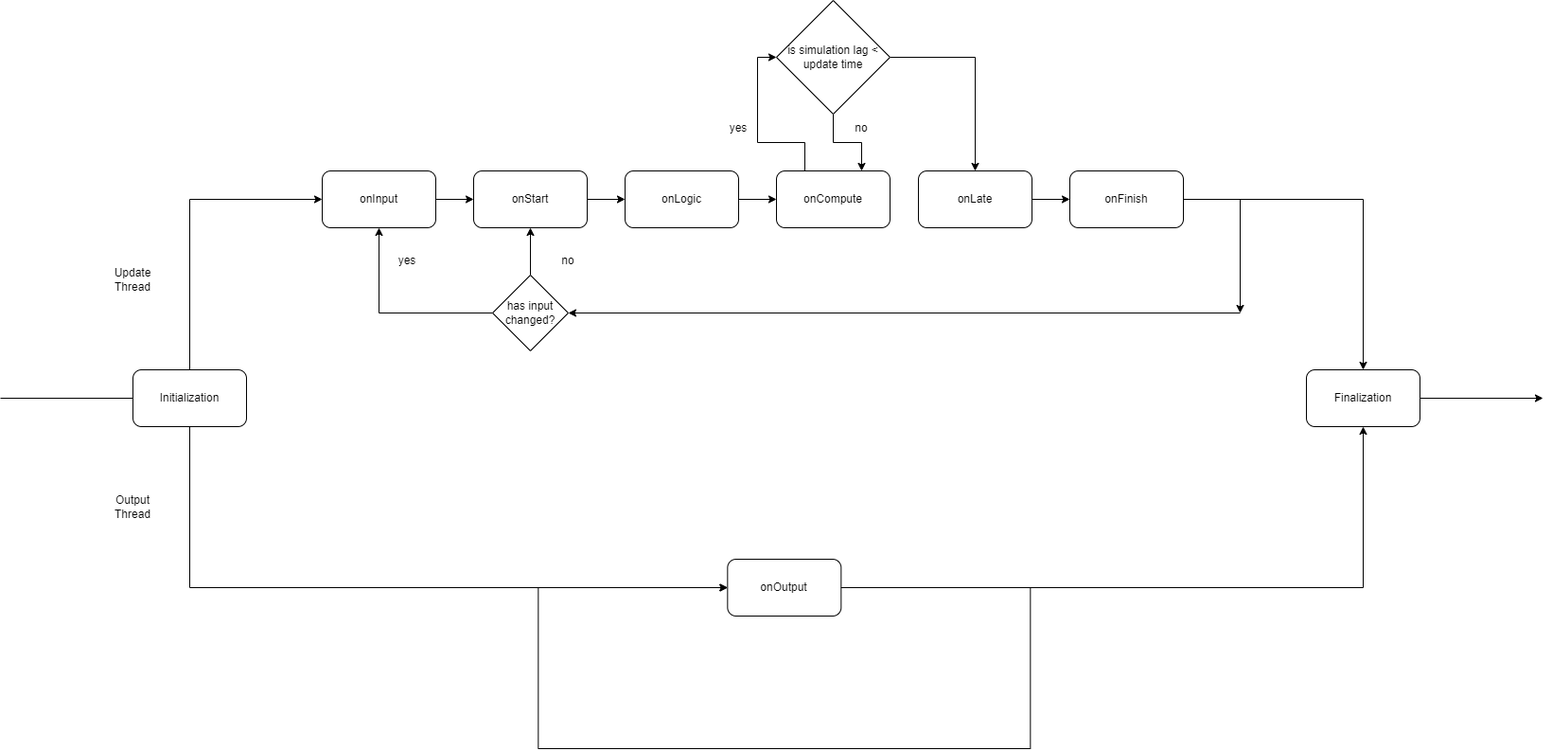
The draw.io diagram docs/images/omnia_system_flow.png in Jean-LouisH/Omnific, before a commit. Source tidied: cells renumbered, new cells last; positions are measured from the earlier drawing's top-left corner, leaving out a move shared by most shapes.
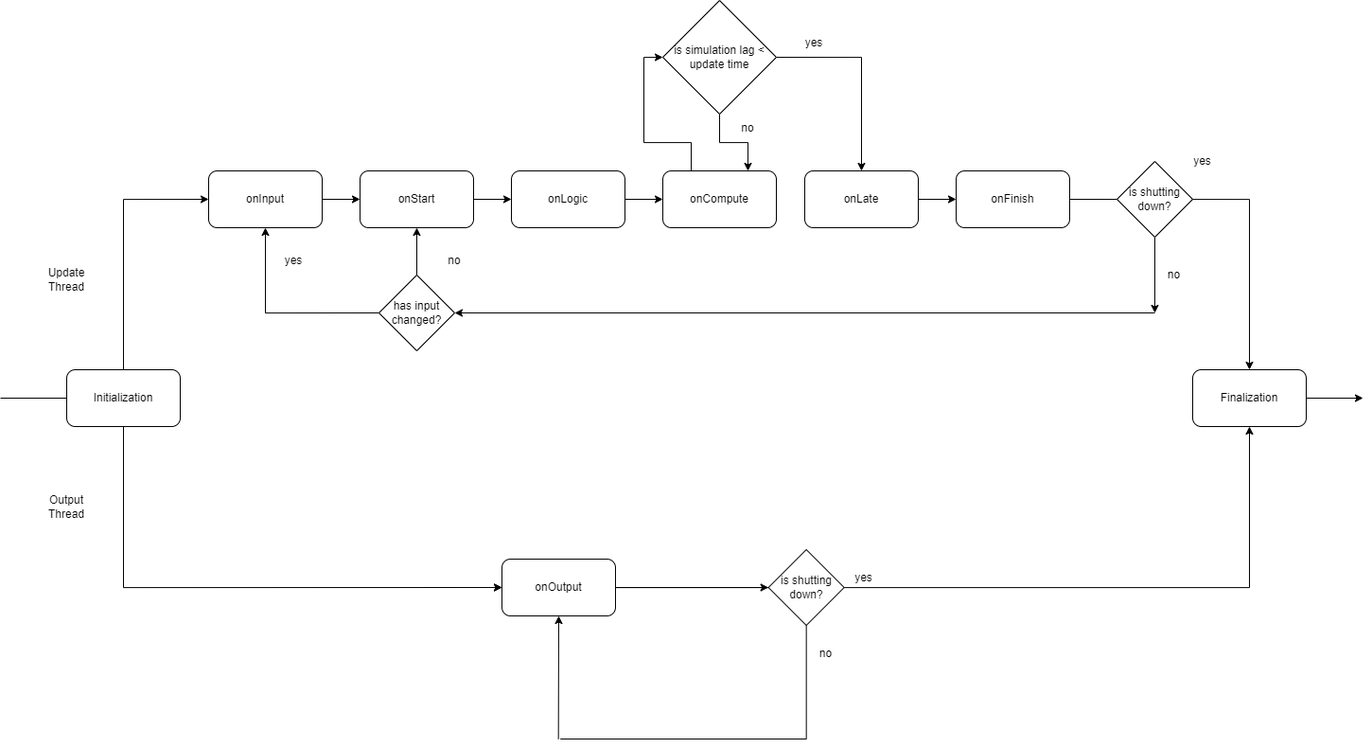
After the change.

What changed in the source:
```diff
@@ -32,11 +32,6 @@
     <mxCell id="11" value="onLate" style="rounded=1;whiteSpace=wrap;html=1;" parent="1" vertex="1">
       <mxGeometry x="970" y="180" width="120" height="60" as="geometry" />
     </mxCell>
-    <mxCell id="12" style="edgeStyle=orthogonalEdgeStyle;rounded=0;jettySize=auto;html=1;" parent="1" edge="1" source="14">
-      <mxGeometry relative="1" as="geometry">
-        <mxPoint x="1310" y="330" as="targetPoint" />
-      </mxGeometry>
-    </mxCell>
     <mxCell id="13" style="edgeStyle=orthogonalEdgeStyle;rounded=0;jettySize=auto;html=1;exitX=1;exitY=0.5;exitDx=0;exitDy=0;entryX=0.5;entryY=0;entryDx=0;entryDy=0;" parent="1" edge="1" source="14" target="37">
       <mxGeometry relative="1" as="geometry" />
     </mxCell>
@@ -50,8 +45,11 @@
         </Array>
       </mxGeometry>
     </mxCell>
+    <mxCell id="41" style="edgeStyle=orthogonalEdgeStyle;rounded=0;jettySize=auto;html=1;entryX=0;entryY=0.5;entryDx=0;entryDy=0;" parent="1" edge="1" source="16" target="47">
+      <mxGeometry relative="1" as="geometry" />
+    </mxCell>
     <mxCell id="16" value="onOutput" style="rounded=1;whiteSpace=wrap;html=1;" parent="1" vertex="1">
-      <mxGeometry x="768.3" y="590" width="120" height="60" as="geometry" />
+      <mxGeometry x="650" y="590" width="120" height="60" as="geometry" />
     </mxCell>
     <mxCell id="17" style="edgeStyle=orthogonalEdgeStyle;rounded=0;jettySize=auto;html=1;exitX=0.5;exitY=0;exitDx=0;exitDy=0;entryX=0.5;entryY=1;entryDx=0;entryDy=0;" parent="1" edge="1" source="19" target="3">
       <mxGeometry relative="1" as="geometry" />
@@ -64,7 +62,7 @@
     </mxCell>
     <mxCell id="20" style="endArrow=classic;html=1;rounded=0;" parent="1" edge="1" target="19">
       <mxGeometry relative="1" as="geometry">
-        <mxPoint x="1310" y="330" as="sourcePoint" />
+        <mxPoint x="1340" y="330" as="sourcePoint" />
       </mxGeometry>
     </mxCell>
     <mxCell id="21" value="no" style="text;html=1;strokeColor=none;fillColor=none;align=center;verticalAlign=middle;whiteSpace=wrap;rounded=0;" parent="1" vertex="1">
@@ -86,29 +84,11 @@
       <mxGeometry x="880" y="120" width="60" height="30" as="geometry" />
     </mxCell>
     <mxCell id="27" value="yes" style="text;html=1;strokeColor=none;fillColor=none;align=center;verticalAlign=middle;whiteSpace=wrap;rounded=0;" parent="1" vertex="1">
-      <mxGeometry x="750" y="120" width="60" height="30" as="geometry" />
+      <mxGeometry x="950" y="30" width="60" height="30" as="geometry" />
     </mxCell>
-    <mxCell id="28" style="endArrow=none;html=1;rounded=0;" parent="1" edge="1">
-      <mxGeometry relative="1" as="geometry">
-        <mxPoint x="568.3" y="790" as="sourcePoint" />
-        <mxPoint x="1088.3" y="790" as="targetPoint" />
-      </mxGeometry>
-    </mxCell>
-    <mxCell id="29" style="endArrow=none;html=1;rounded=0;exitX=1;exitY=0.5;exitDx=0;exitDy=0;" parent="1" edge="1" source="16">
-      <mxGeometry relative="1" as="geometry">
-        <mxPoint x="1088.3" y="620" as="targetPoint" />
-      </mxGeometry>
-    </mxCell>
-    <mxCell id="30" style="endArrow=none;html=1;rounded=0;" parent="1" edge="1">
-      <mxGeometry relative="1" as="geometry">
-        <mxPoint x="568.3" y="790" as="sourcePoint" />
-        <mxPoint x="568.3" y="620" as="targetPoint" />
-      </mxGeometry>
-    </mxCell>
-    <mxCell id="31" style="endArrow=none;html=1;rounded=0;" parent="1" edge="1">
+    <mxCell id="31" style="endArrow=none;html=1;rounded=0;" parent="1" edge="1" source="47">
       <mxGeometry relative="1" as="geometry">
-        <mxPoint x="1088.3" y="790" as="sourcePoint" />
-        <mxPoint x="1088.3" y="620" as="targetPoint" />
+        <mxPoint x="970" y="620" as="targetPoint" />
       </mxGeometry>
     </mxCell>
     <mxCell id="32" style="endArrow=classic;html=1;rounded=0;entryX=0;entryY=0.5;entryDx=0;entryDy=0;" parent="1" edge="1" target="16">
@@ -123,11 +103,11 @@
       <mxGeometry relative="1" as="geometry" />
     </mxCell>
     <mxCell id="35" value="Initialization" style="rounded=1;whiteSpace=wrap;html=1;" parent="1" vertex="1">
-      <mxGeometry x="140" y="390" width="120" height="60" as="geometry" />
+      <mxGeometry x="190" y="390" width="120" height="60" as="geometry" />
     </mxCell>
     <mxCell id="36" style="edgeStyle=orthogonalEdgeStyle;rounded=0;jettySize=auto;html=1;" parent="1" edge="1" source="37">
       <mxGeometry relative="1" as="geometry">
-        <mxPoint x="1630" y="420" as="targetPoint" />
+        <mxPoint x="1560" y="420" as="targetPoint" />
       </mxGeometry>
     </mxCell>
     <mxCell id="37" value="Finalization" style="rounded=1;whiteSpace=wrap;html=1;" parent="1" vertex="1">
@@ -135,14 +115,53 @@
     </mxCell>
     <mxCell id="38" style="endArrow=none;html=1;rounded=0;entryX=0;entryY=0.5;entryDx=0;entryDy=0;" parent="1" edge="1" target="35">
       <mxGeometry relative="1" as="geometry">
-        <mxPoint y="420" as="sourcePoint" />
+        <mxPoint x="120" y="420" as="sourcePoint" />
       </mxGeometry>
     </mxCell>
     <mxCell id="39" value="Update Thread" style="text;html=1;strokeColor=none;fillColor=none;align=center;verticalAlign=middle;whiteSpace=wrap;rounded=0;" parent="1" vertex="1">
-      <mxGeometry x="110" y="280" width="60" height="30" as="geometry" />
+      <mxGeometry x="160" y="280" width="60" height="30" as="geometry" />
     </mxCell>
     <mxCell id="40" value="Output Thread" style="text;html=1;strokeColor=none;fillColor=none;align=center;verticalAlign=middle;whiteSpace=wrap;rounded=0;" parent="1" vertex="1">
-      <mxGeometry x="110" y="520" width="60" height="30" as="geometry" />
+      <mxGeometry x="160" y="520" width="60" height="30" as="geometry" />
     </mxCell>
+    <mxCell id="42" style="edgeStyle=orthogonalEdgeStyle;rounded=0;jettySize=auto;html=1;" parent="1" edge="1" source="43">
+      <mxGeometry relative="1" as="geometry">
+        <mxPoint x="1340" y="330" as="targetPoint" />
+      </mxGeometry>
+    </mxCell>
+    <mxCell id="43" value="is shutting down?" style="rhombus;whiteSpace=wrap;html=1;" parent="1" vertex="1">
+      <mxGeometry x="1300" y="170" width="80" height="80" as="geometry" />
+    </mxCell>
+    <mxCell id="44" value="no" style="text;html=1;align=center;verticalAlign=middle;strokeColor=none;fillColor=none;" parent="1" vertex="1">
+      <mxGeometry x="1340" y="275" width="40" height="30" as="geometry" />
+    </mxCell>
+    <mxCell id="45" value="yes" style="text;html=1;align=center;verticalAlign=middle;strokeColor=none;fillColor=none;" parent="1" vertex="1">
+      <mxGeometry x="1370" y="155" width="40" height="30" as="geometry" />
+    </mxCell>
+    <mxCell id="46" style="endArrow=none;html=1;rounded=0;" parent="1" edge="1" target="47">
+      <mxGeometry relative="1" as="geometry">
+        <mxPoint x="971.7" y="780" as="sourcePoint" />
+      </mxGeometry>
+    </mxCell>
+    <mxCell id="47" value="is shutting down?" style="rhombus;whiteSpace=wrap;html=1;" parent="1" vertex="1">
+      <mxGeometry x="931.7" y="580" width="80" height="80" as="geometry" />
+    </mxCell>
+    <mxCell id="48" style="endArrow=classic;html=1;rounded=0;entryX=0.5;entryY=1;entryDx=0;entryDy=0;" parent="1" edge="1" target="16">
+      <mxGeometry relative="1" as="geometry">
+        <mxPoint x="709.7" y="780" as="sourcePoint" />
+      </mxGeometry>
+    </mxCell>
+    <mxCell id="49" style="endArrow=none;html=1;rounded=0;" parent="1" edge="1">
+      <mxGeometry relative="1" as="geometry">
+        <mxPoint x="711.7" y="780" as="sourcePoint" />
+        <mxPoint x="971.7" y="780" as="targetPoint" />
+      </mxGeometry>
+    </mxCell>
+    <mxCell id="50" value="no" style="text;html=1;align=center;verticalAlign=middle;strokeColor=none;fillColor=none;" parent="1" vertex="1">
+      <mxGeometry x="971.7" y="675" width="40" height="30" as="geometry" />
+    </mxCell>
+    <mxCell id="51" value="yes" style="text;html=1;align=center;verticalAlign=middle;strokeColor=none;fillColor=none;" parent="1" vertex="1">
+      <mxGeometry x="1011.7" y="595" width="40" height="30" as="geometry" />
+    </mxCell>
   </root>
 </mxGraphModel>
```
